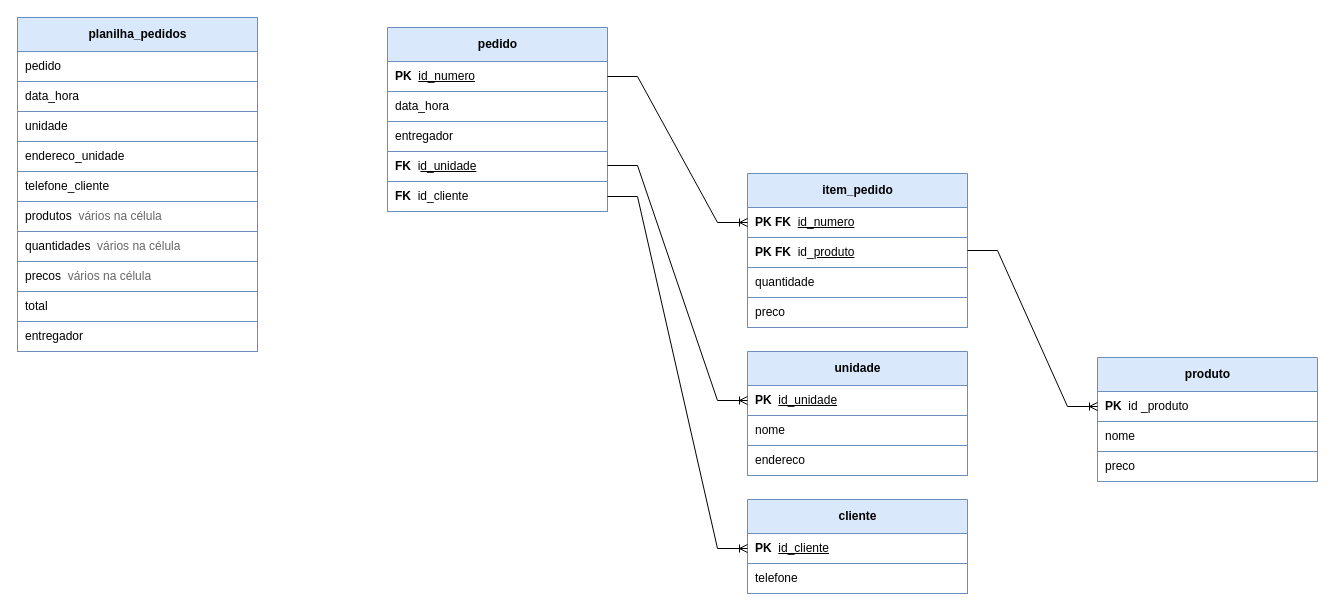
Earlier version of the draw.io diagram banco/pratica-10.drawio (Cesar-Muryllo/UC03-banco-de-Dados--manh-). Source tidied: cells renumbered, new cells numbered last; positions are measured from the earlier drawing's top-left corner, leaving out a move shared by most shapes. Both pictures are drawn from the tidied source at 100%, with x=0, y=0 at pixel (17, 17).
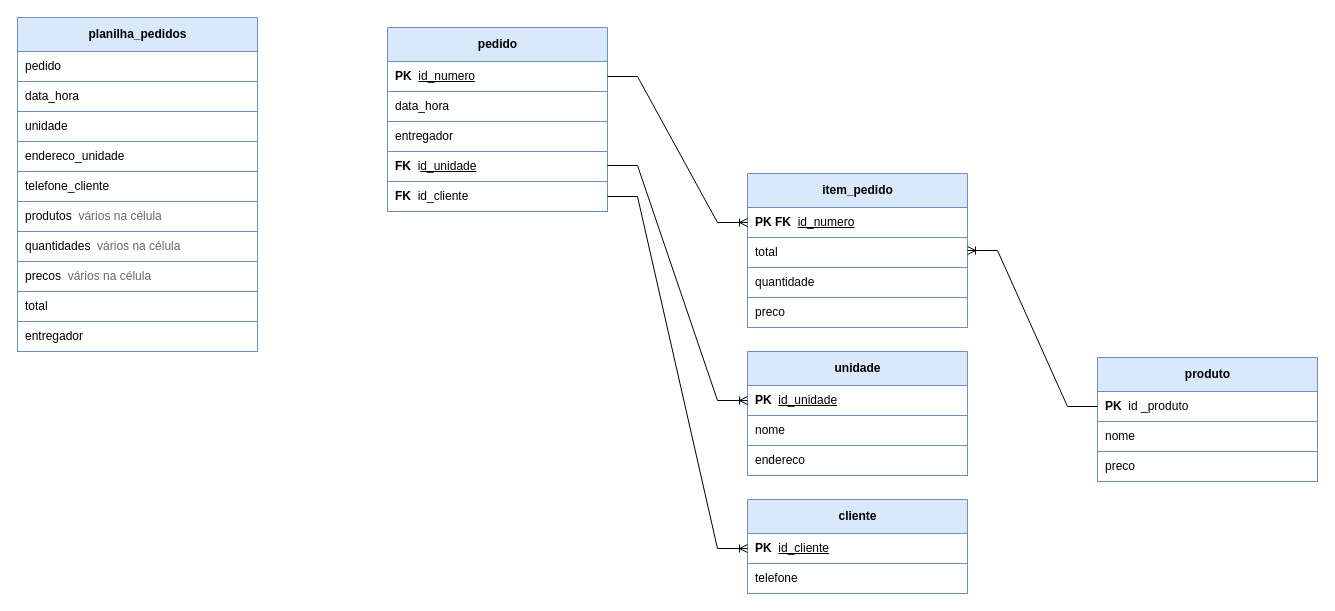
After the change.

Commit message (it also covers changes not shown here):
fix: organização de arquivos e modificações na pratica-10

Unchanged cells that the change refers to:
```xml
<mxCell id="26" value="item_pedido" style="swimlane;fontStyle=1;horizontal=1;startSize=34;html=1;fillColor=#dae8fc;strokeColor=#6c8ebf;" parent="1" vertex="1">
  <mxGeometry x="730" y="156" width="220" height="154" as="geometry" />
</mxCell>
<mxCell id="32" value="&lt;b&gt;PK&lt;/b&gt;&amp;nbsp; id _produto" style="text;html=1;align=left;verticalAlign=middle;spacingLeft=6;strokeColor=#6c8ebf;fillColor=#ffffff;" parent="31" vertex="1">
  <mxGeometry y="34" width="220" height="30" as="geometry" />
</mxCell>
```

Diff of the diagram source:
```diff
@@
-    <mxCell id="28" value="&lt;b&gt;PK FK&lt;/b&gt;&amp;nbsp; id_&lt;u&gt;produto&lt;/u&gt;" style="text;html=1;align=left;verticalAlign=middle;spacingLeft=6;strokeColor=#6c8ebf;fillColor=#ffffff;" parent="26" vertex="1">
+    <mxCell id="28" value="total" style="text;html=1;align=left;verticalAlign=middle;spacingLeft=6;strokeColor=#6c8ebf;fillColor=#ffffff;" parent="26" vertex="1">
       <mxGeometry y="64" width="220" height="30" as="geometry" />
     </mxCell>
@@
-    <mxCell id="37" style="edgeStyle=entityRelationEdgeStyle;fontSize=12;html=1;endArrow=ERoneToMany;rounded=0;defaultLabelBackgroundColor=page;exitX=1;exitY=0.5;exitDx=0;exitDy=0;entryX=0;entryY=0.5;entryDx=0;entryDy=0;" parent="1" edge="1" source="26" target="32">
+    <mxCell id="37" style="edgeStyle=entityRelationEdgeStyle;fontSize=12;html=1;endArrow=ERoneToMany;rounded=0;defaultLabelBackgroundColor=page;exitX=0;exitY=0.5;exitDx=0;exitDy=0;entryX=1;entryY=0.5;entryDx=0;entryDy=0;" parent="1" edge="1" source="32" target="26">
       <mxGeometry relative="1" as="geometry" />
     </mxCell>
```
